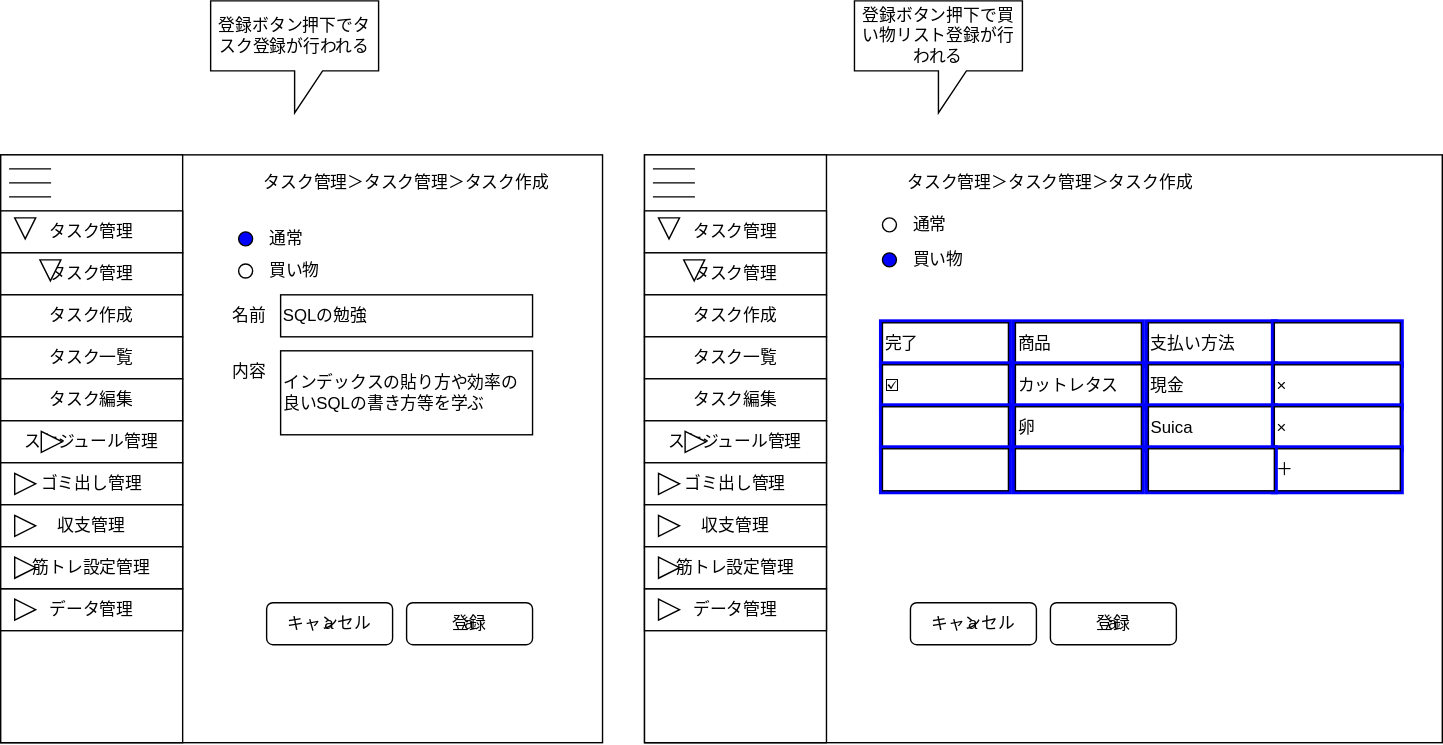
This is task/make_task.drawio.svg from anti-paper/anti_paper_wf, a draw.io export, as it was before one commit. Source tidied: cells renumbered, new cells last; positions are measured from the earlier drawing's top-left corner, leaving out a move shared by most shapes.
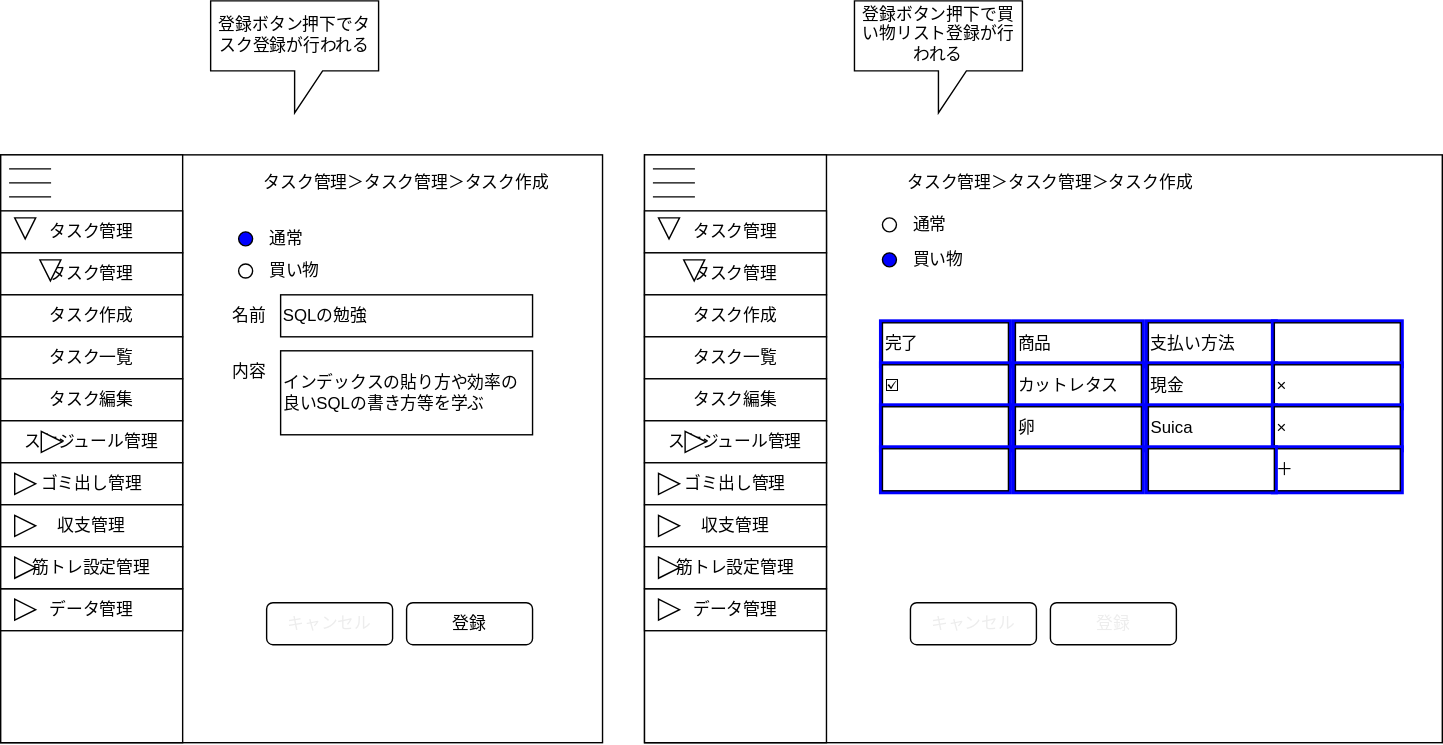
After the change.

Change to the diagram source:
```diff
@@ -155,21 +155,15 @@
     <mxCell id="49" style="group;" parent="1" vertex="1">
       <mxGeometry x="290" y="430" width="90" height="30" as="geometry" />
     </mxCell>
-    <mxCell id="50" value="a" style="rounded=1;whiteSpace=wrap;html=1;fillColor=#FFFFFF;" parent="49" vertex="1">
+    <mxCell id="50" value="&lt;span style=&quot;&quot;&gt;登録&lt;/span&gt;" style="rounded=1;whiteSpace=wrap;html=1;fillColor=#FFFFFF;fontColor=light-dark(#000000,#FFFFFF);" parent="49" vertex="1">
       <mxGeometry width="90" height="30" as="geometry" />
     </mxCell>
-    <mxCell id="51" value="登録" style="text;html=1;strokeColor=none;fillColor=none;align=center;verticalAlign=middle;whiteSpace=wrap;rounded=0;fontColor=#000000;" parent="49" vertex="1">
-      <mxGeometry width="90" height="30" as="geometry" />
-    </mxCell>
     <mxCell id="52" style="group;" parent="1" vertex="1">
       <mxGeometry x="190" y="430" width="90" height="30" as="geometry" />
     </mxCell>
-    <mxCell id="53" value="a" style="rounded=1;whiteSpace=wrap;html=1;fillColor=#FFFFFF;" parent="52" vertex="1">
+    <mxCell id="53" value="&lt;span&gt;&lt;font style=&quot;color: light-dark(rgb(237, 237, 237), rgb(255, 255, 255));&quot;&gt;キャンセル&lt;/font&gt;&lt;/span&gt;" style="rounded=1;whiteSpace=wrap;html=1;fillColor=#FFFFFF;" parent="52" vertex="1">
       <mxGeometry width="90" height="30" as="geometry" />
     </mxCell>
-    <mxCell id="54" value="キャンセル" style="text;html=1;strokeColor=none;fillColor=none;align=center;verticalAlign=middle;whiteSpace=wrap;rounded=0;fontColor=#000000;" parent="52" vertex="1">
-      <mxGeometry width="90" height="30" as="geometry" />
-    </mxCell>
     <mxCell id="55" style="rounded=0;whiteSpace=wrap;html=1;" parent="1" vertex="1">
       <mxGeometry x="460" y="110" width="570" height="420" as="geometry" />
     </mxCell>
@@ -281,21 +275,15 @@
     <mxCell id="88" style="group;" parent="1" vertex="1">
       <mxGeometry x="750" y="430" width="90" height="30" as="geometry" />
     </mxCell>
-    <mxCell id="89" value="a" style="rounded=1;whiteSpace=wrap;html=1;fillColor=#FFFFFF;" parent="88" vertex="1">
+    <mxCell id="89" value="&lt;span&gt;&lt;font style=&quot;color: light-dark(rgb(237, 237, 237), rgb(255, 255, 255));&quot;&gt;登録&lt;/font&gt;&lt;/span&gt;" style="rounded=1;whiteSpace=wrap;html=1;fillColor=#FFFFFF;" parent="88" vertex="1">
       <mxGeometry width="90" height="30" as="geometry" />
     </mxCell>
-    <mxCell id="90" value="登録" style="text;html=1;strokeColor=none;fillColor=none;align=center;verticalAlign=middle;whiteSpace=wrap;rounded=0;fontColor=#000000;" parent="88" vertex="1">
-      <mxGeometry width="90" height="30" as="geometry" />
-    </mxCell>
     <mxCell id="91" style="group;" parent="1" vertex="1">
       <mxGeometry x="650" y="430" width="90" height="30" as="geometry" />
     </mxCell>
-    <mxCell id="92" value="a" style="rounded=1;whiteSpace=wrap;html=1;fillColor=#FFFFFF;" parent="91" vertex="1">
+    <mxCell id="92" value="&lt;span&gt;&lt;font style=&quot;color: light-dark(rgb(237, 237, 237), rgb(255, 255, 255));&quot;&gt;キャンセル&lt;/font&gt;&lt;/span&gt;" style="rounded=1;whiteSpace=wrap;html=1;fillColor=#FFFFFF;" parent="91" vertex="1">
       <mxGeometry width="90" height="30" as="geometry" />
     </mxCell>
-    <mxCell id="93" value="キャンセル" style="text;html=1;strokeColor=none;fillColor=none;align=center;verticalAlign=middle;whiteSpace=wrap;rounded=0;fontColor=#000000;" parent="91" vertex="1">
-      <mxGeometry width="90" height="30" as="geometry" />
-    </mxCell>
     <mxCell id="94" style="group;" parent="1" vertex="1">
       <mxGeometry x="630" y="145" width="200" height="55" as="geometry" />
     </mxCell>
```
